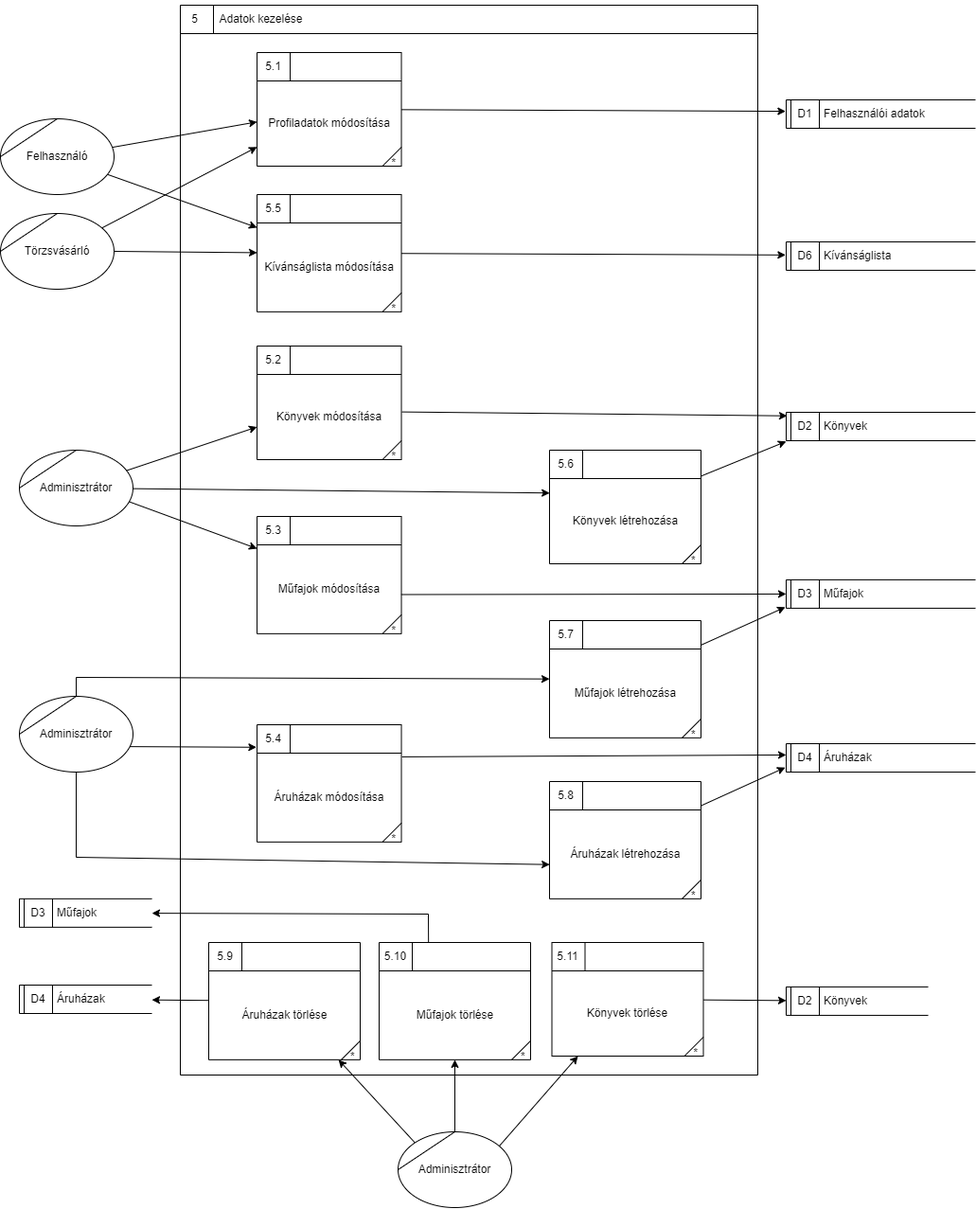
a-bakk/bookstore-oracle keeps this draw.io diagram as docs/dfd/dfd_layer_2_modify_data/dfd_layer_2_modify_data.png. Above is the earlier version. Source tidied: cells renumbered, new cells last; positions are measured from the earlier drawing's top-left corner, leaving out a move shared by most shapes.
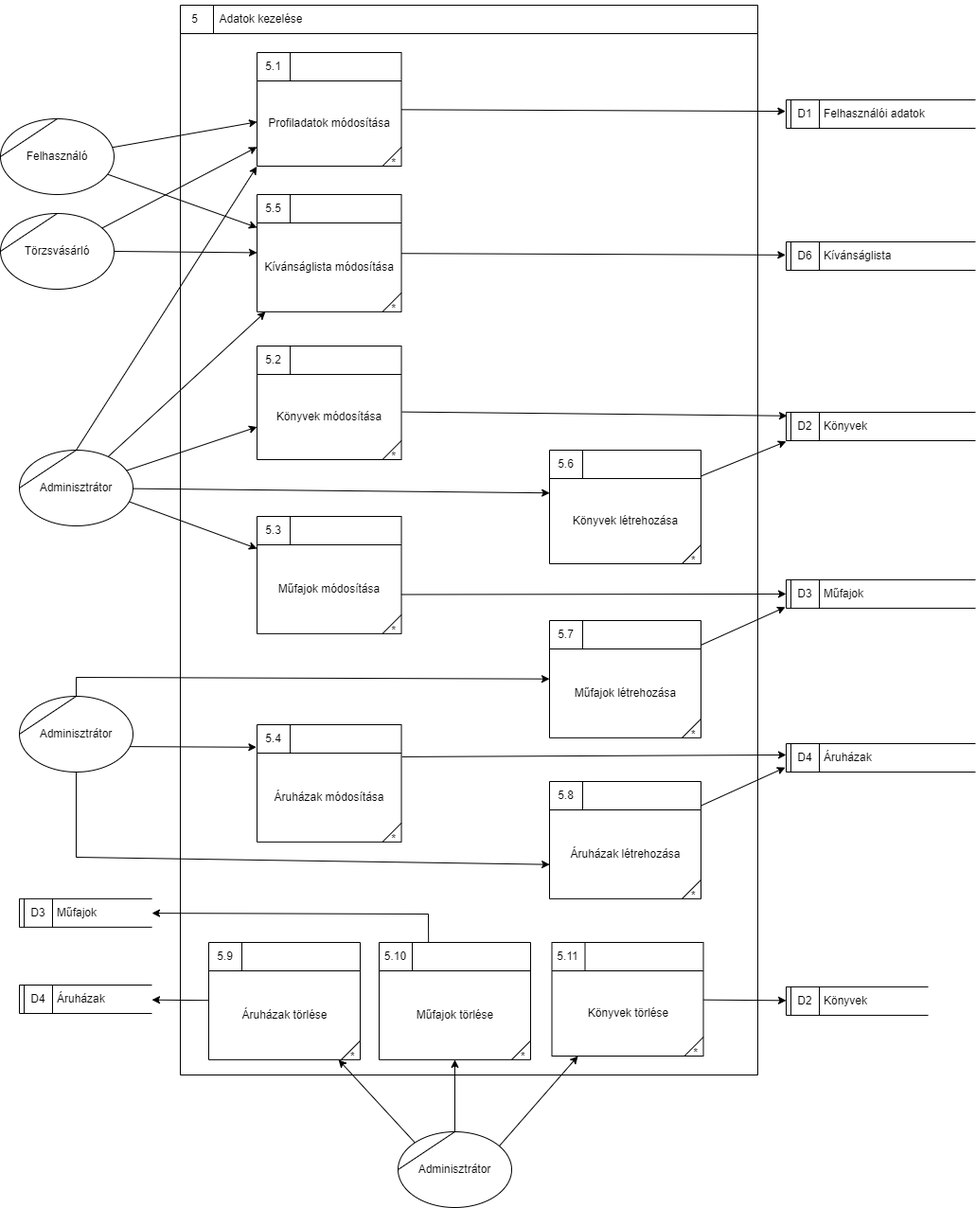
The same file after the commit.

The edit, as a diff of the source:
```diff
@@ -282,5 +282,13 @@
         <mxPoint x="60" as="targetPoint" />
       </mxGeometry>
     </mxCell>
+    <mxCell id="89" style="endArrow=classic;html=1;rounded=0;verticalAlign=bottom;exitX=0.5;exitY=0;exitDx=0;exitDy=0;entryX=-0.001;entryY=1.003;entryDx=0;entryDy=0;entryPerimeter=0;" parent="1" edge="1" source="75" target="3">
+      <mxGeometry x="-0.03" y="23" relative="1" as="geometry">
+        <mxPoint y="-1" as="offset" />
+      </mxGeometry>
+    </mxCell>
+    <mxCell id="90" style="endArrow=classic;html=1;rounded=0;verticalAlign=bottom;exitX=0.785;exitY=0.081;exitDx=0;exitDy=0;exitPerimeter=0;" parent="1" edge="1" source="75" target="6">
+      <mxGeometry relative="1" as="geometry" />
+    </mxCell>
   </root>
 </mxGraphModel>
```
